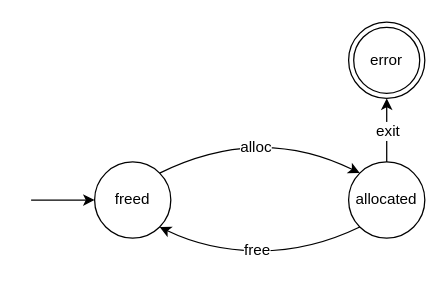
This is background/figures/memory-leak.drawio from andersfischernielsen/Finding-Resource-Manipulation-Bugs-with-Monitor-Automata-on-the-Example-of-the-Linux-Kernel, a draw.io file, before an edit. Source tidied: cells renumbered, new cells numbered last; positions are measured from the earlier drawing's top-left corner, leaving out a move shared by most shapes. Both pictures are drawn from the tidied source at 127%, with x=0, y=0 at pixel (30, 22).
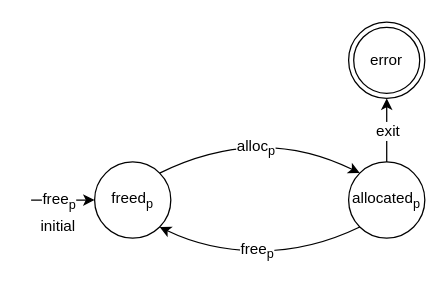
Above is the later version.

The edit, as a diff of the source:
```diff
@@
 <mxGraphModel>
   <root>
     <mxCell id="0" />
     <mxCell id="1" parent="0" />
-    <mxCell id="2" value="freed" style="ellipse;whiteSpace=wrap;html=1;" parent="1" vertex="1">
+    <mxCell id="2" value="freed&lt;sub&gt;p&lt;/sub&gt;" style="ellipse;whiteSpace=wrap;html=1;" parent="1" vertex="1">
       <mxGeometry x="50" y="110" width="60" height="60" as="geometry" />
     </mxCell>
     <mxCell id="3" style="endArrow=classic;html=1;entryX=0;entryY=0.5;entryDx=0;entryDy=0;" parent="1" edge="1" target="2">
       <mxGeometry relative="1" as="geometry">
         <mxPoint y="140" as="sourcePoint" />
       </mxGeometry>
     </mxCell>
+    <mxCell id="12" value="free&lt;sub&gt;p&lt;/sub&gt;" style="text;html=1;align=center;verticalAlign=middle;labelBackgroundColor=#ffffff;" parent="3" vertex="1">
+      <mxGeometry x="-0.18" relative="1" as="geometry" />
+    </mxCell>
+    <mxCell id="13" value="initial" style="text;html=1;align=center;verticalAlign=middle;labelBackgroundColor=#ffffff;" parent="3" vertex="1">
+      <mxGeometry x="0.58" y="1" relative="1" as="geometry">
+        <mxPoint x="-19.5" y="21" as="offset" />
+      </mxGeometry>
+    </mxCell>
     <mxCell id="4" style="endArrow=classic;html=1;exitX=0.5;exitY=0;exitDx=0;exitDy=0;" parent="1" edge="1" source="6">
       <mxGeometry relative="1" as="geometry">
         <mxPoint x="280" y="60" as="targetPoint" />
       </mxGeometry>
     </mxCell>
     <mxCell id="5" value="exit" style="text;html=1;align=center;verticalAlign=middle;labelBackgroundColor=#ffffff;" parent="4" vertex="1">
       <mxGeometry x="0.48" y="-2" relative="1" as="geometry">
         <mxPoint x="-2" y="12" as="offset" />
       </mxGeometry>
     </mxCell>
-    <mxCell id="6" value="allocated" style="ellipse;whiteSpace=wrap;html=1;" parent="1" vertex="1">
+    <mxCell id="6" value="allocated&lt;sub&gt;p&lt;/sub&gt;" style="ellipse;whiteSpace=wrap;html=1;" parent="1" vertex="1">
       <mxGeometry x="250" y="110" width="60" height="60" as="geometry" />
     </mxCell>
     <mxCell id="7" style="curved=1;endArrow=classic;html=1;exitX=1;exitY=0;exitDx=0;exitDy=0;entryX=0;entryY=0;entryDx=0;entryDy=0;" parent="1" edge="1" source="2" target="6">
       <mxGeometry relative="1" as="geometry">
         <Array as="points">
           <mxPoint x="180" y="80" />
         </Array>
       </mxGeometry>
     </mxCell>
-    <mxCell id="8" value="&lt;div&gt;alloc&lt;/div&gt;" style="text;html=1;align=center;verticalAlign=middle;labelBackgroundColor=#ffffff;" parent="7" vertex="1">
+    <mxCell id="8" value="&lt;div&gt;alloc&lt;sub&gt;p&lt;/sub&gt;&lt;/div&gt;" style="text;html=1;align=center;verticalAlign=middle;labelBackgroundColor=#ffffff;" parent="7" vertex="1">
       <mxGeometry x="-0.14" y="-15" relative="1" as="geometry" />
     </mxCell>
     <mxCell id="9" style="curved=1;endArrow=classic;html=1;entryX=1;entryY=1;entryDx=0;entryDy=0;exitX=0;exitY=1;exitDx=0;exitDy=0;" parent="1" edge="1" source="6" target="2">
       <mxGeometry relative="1" as="geometry">
         <Array as="points">
           <mxPoint x="220" y="180" />
           <mxPoint x="140" y="180" />
         </Array>
       </mxGeometry>
     </mxCell>
-    <mxCell id="10" value="free" style="text;html=1;align=center;verticalAlign=middle;labelBackgroundColor=#ffffff;" parent="9" vertex="1">
+    <mxCell id="10" value="free&lt;sub&gt;p&lt;/sub&gt;" style="text;html=1;align=center;verticalAlign=middle;labelBackgroundColor=#ffffff;" parent="9" vertex="1">
       <mxGeometry x="0.04" y="-1" relative="1" as="geometry" />
     </mxCell>
     <mxCell id="11" value="error" style="ellipse;shape=doubleEllipse;whiteSpace=wrap;html=1;" parent="1" vertex="1">
       <mxGeometry x="250" width="60" height="60" as="geometry" />
     </mxCell>
   </root>
 </mxGraphModel>
```
